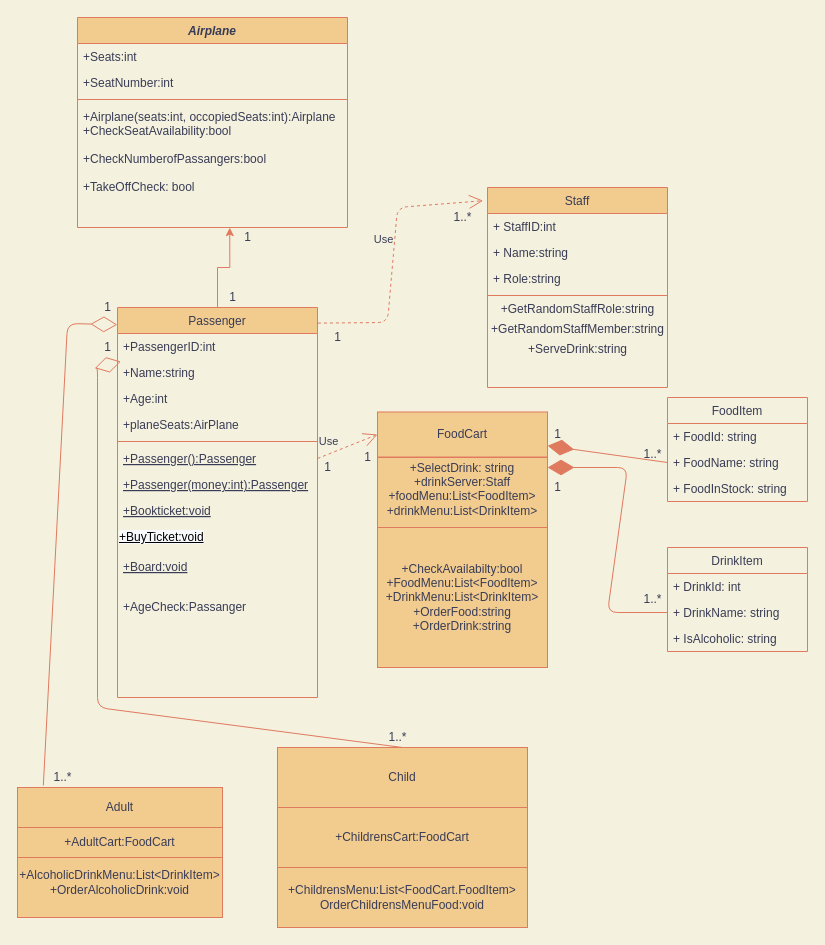
Earlier version of the draw.io diagram MjukvaruAnalys-inlUppg/Docs/ClassDiagram-Plane.drawio (david-karlsson/MjukvaruAnalys-inlUppg). Source tidied: cells renumbered, new cells numbered last; positions are measured from the earlier drawing's top-left corner, leaving out a move shared by most shapes. Both pictures are drawn from the tidied source at 100%, with x=0, y=0 at pixel (17, 17).
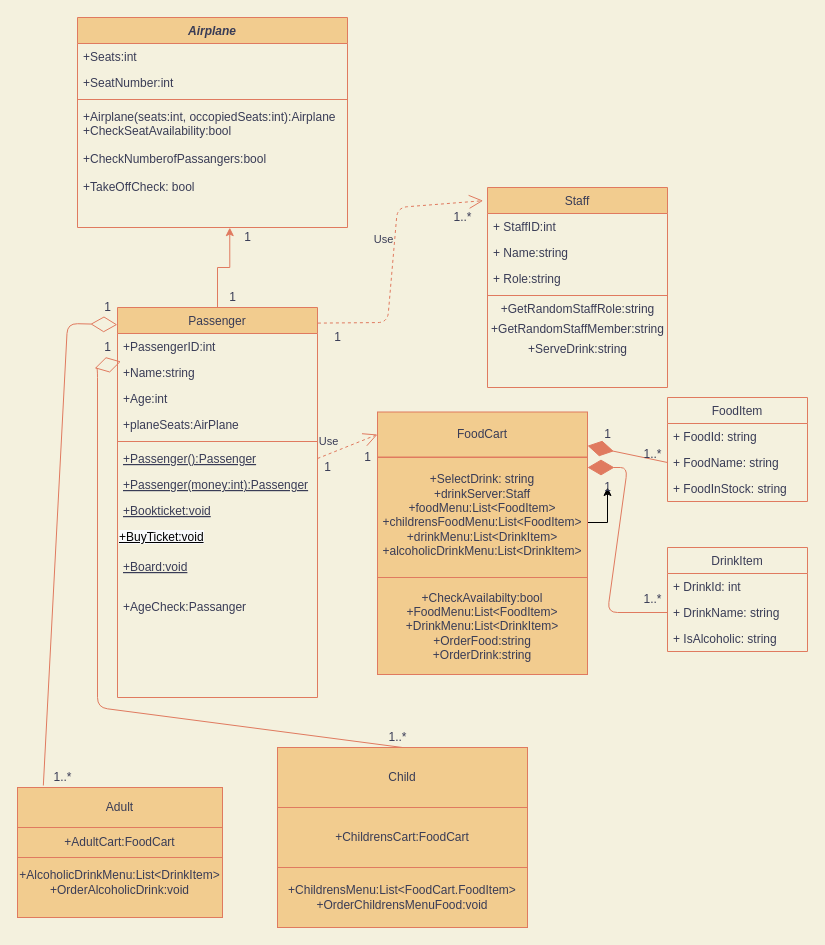
The same page after the edit.

The change refers to these unchanged cells:
```xml
<mxCell id="43" value="+ DrinkName: string" style="text;strokeColor=none;fillColor=none;align=left;verticalAlign=top;spacingLeft=4;spacingRight=4;overflow=hidden;points=[[0,0.5],[1,0.5]];portConstraint=eastwest;fontColor=#393C56;" parent="41" vertex="1">
  <mxGeometry y="52" width="140" height="26" as="geometry" />
</mxCell>
```

Change to the diagram source:
```diff
@@
     <mxCell id="28" value="FoodCart" style="rounded=0;whiteSpace=wrap;html=1;fillColor=#F2CC8F;strokeColor=#E07A5F;fontColor=#393C56;" parent="1" vertex="1">
-      <mxGeometry x="360" y="394.5" width="170" height="45" as="geometry" />
+      <mxGeometry x="360" y="394.5" width="210" height="45" as="geometry" />
     </mxCell>
+    <mxCell id="66" style="edgeStyle=orthogonalEdgeStyle;rounded=0;jettySize=auto;html=1;" parent="1" edge="1" source="29" target="55">
+      <mxGeometry relative="1" as="geometry" />
+    </mxCell>
-    <mxCell id="29" value="&lt;span style=&quot;text-align: left&quot;&gt;+SelectDrink: string&lt;br&gt;+drinkServer:Staff&lt;/span&gt;&lt;br&gt;+foodMenu:List&amp;lt;FoodItem&amp;gt;&lt;br&gt;+drinkMenu:List&amp;lt;DrinkItem&amp;gt;&lt;br&gt;&lt;br&gt;&lt;div&gt;&lt;/div&gt;" style="rounded=0;whiteSpace=wrap;html=1;fillColor=#F2CC8F;strokeColor=#E07A5F;fontColor=#393C56;" parent="1" vertex="1">
-      <mxGeometry x="360" y="440" width="170" height="77" as="geometry" />
+    <mxCell id="29" value="&lt;span style=&quot;text-align: left&quot;&gt;+SelectDrink: string&lt;br&gt;+drinkServer:Staff&lt;/span&gt;&lt;br&gt;+foodMenu:List&amp;lt;FoodItem&amp;gt;&lt;br&gt;+childrensFoodMenu:List&amp;lt;FoodItem&amp;gt;&lt;br&gt;+drinkMenu:List&amp;lt;DrinkItem&amp;gt;&lt;br&gt;+alcoholicDrinkMenu:List&amp;lt;DrinkItem&amp;gt;&lt;br&gt;&lt;br&gt;&lt;div&gt;&lt;/div&gt;" style="rounded=0;whiteSpace=wrap;html=1;fillColor=#F2CC8F;strokeColor=#E07A5F;fontColor=#393C56;" parent="1" vertex="1">
+      <mxGeometry x="360" y="440" width="210" height="130" as="geometry" />
     </mxCell>
     <mxCell id="30" value="+CheckAvailabilty:bool&lt;br&gt;+FoodMenu:List&amp;lt;FoodItem&amp;gt;&lt;br&gt;+DrinkMenu:List&amp;lt;DrinkItem&amp;gt;&lt;br&gt;&lt;span style=&quot;text-align: left&quot;&gt;+OrderFood:string&lt;/span&gt;&lt;br style=&quot;padding: 0px ; margin: 0px ; text-align: left&quot;&gt;&lt;span style=&quot;text-align: left&quot;&gt;+OrderDrink:string&lt;/span&gt;" style="rounded=0;whiteSpace=wrap;html=1;fillColor=#F2CC8F;strokeColor=#E07A5F;fontColor=#393C56;" parent="1" vertex="1">
-      <mxGeometry x="360" y="510" width="170" height="140" as="geometry" />
+      <mxGeometry x="360" y="560" width="210" height="97" as="geometry" />
     </mxCell>
@@
     <mxCell id="40" style="endArrow=diamondThin;endFill=1;endSize=24;html=1;exitX=0;exitY=0.5;exitDx=0;exitDy=0;strokeColor=#E07A5F;fontColor=#393C56;labelBackgroundColor=#F4F1DE;" parent="1" edge="1" source="43">
       <mxGeometry relative="1" as="geometry">
-        <mxPoint x="530" y="450" as="targetPoint" />
+        <mxPoint x="570" y="450" as="targetPoint" />
         <Array as="points">
           <mxPoint x="590" y="595" />
           <mxPoint x="610" y="450" />
         </Array>
       </mxGeometry>
     </mxCell>
@@
     <mxCell id="55" value="1" style="text;html=1;align=center;verticalAlign=middle;points=[];fontColor=#393C56;" parent="1" vertex="1">
-      <mxGeometry x="530" y="460" width="20" height="20" as="geometry" />
+      <mxGeometry x="580" y="460" width="20" height="20" as="geometry" />
     </mxCell>
     <mxCell id="56" value="1" style="text;html=1;align=center;verticalAlign=middle;fontColor=#393C56;" parent="1" vertex="1">
-      <mxGeometry x="530" y="407" width="20" height="20" as="geometry" />
+      <mxGeometry x="580" y="407" width="20" height="20" as="geometry" />
     </mxCell>
@@
-    <mxCell id="62" value="+ChildrensMenu:List&amp;lt;FoodCart.FoodItem&amp;gt;&lt;br&gt;OrderChildrensMenuFood:void" style="rounded=0;whiteSpace=wrap;html=1;fillColor=#F2CC8F;strokeColor=#E07A5F;fontColor=#393C56;" parent="1" vertex="1">
+    <mxCell id="62" value="+ChildrensMenu:List&amp;lt;FoodCart.FoodItem&amp;gt;&lt;br&gt;+OrderChildrensMenuFood:void" style="rounded=0;whiteSpace=wrap;html=1;fillColor=#F2CC8F;strokeColor=#E07A5F;fontColor=#393C56;" parent="1" vertex="1">
       <mxGeometry x="260" y="850" width="250" height="60" as="geometry" />
     </mxCell>
```
